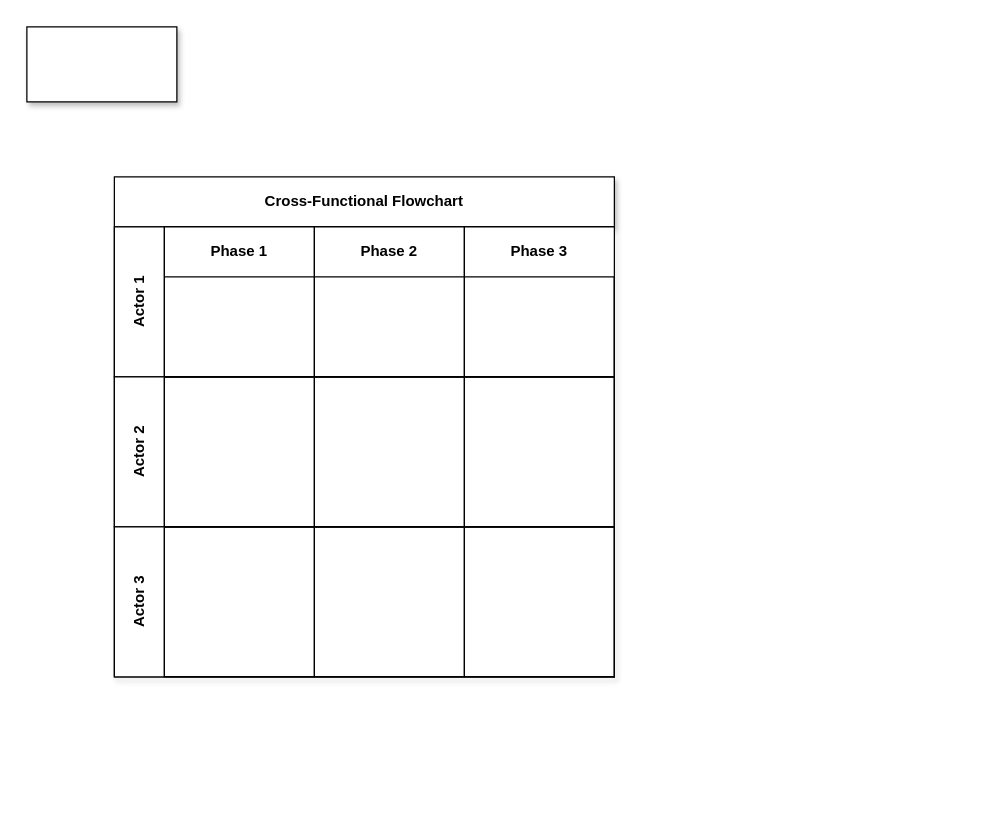
This is Untitled Diagram.drawio from paulohorita/model, a draw.io file, before an edit. Source tidied: cells renumbered, new cells numbered last; positions are measured from the earlier drawing's top-left corner, leaving out a move shared by most shapes. Both pictures are drawn from the tidied source at 125%, with x=0, y=0 at pixel (26, 26).
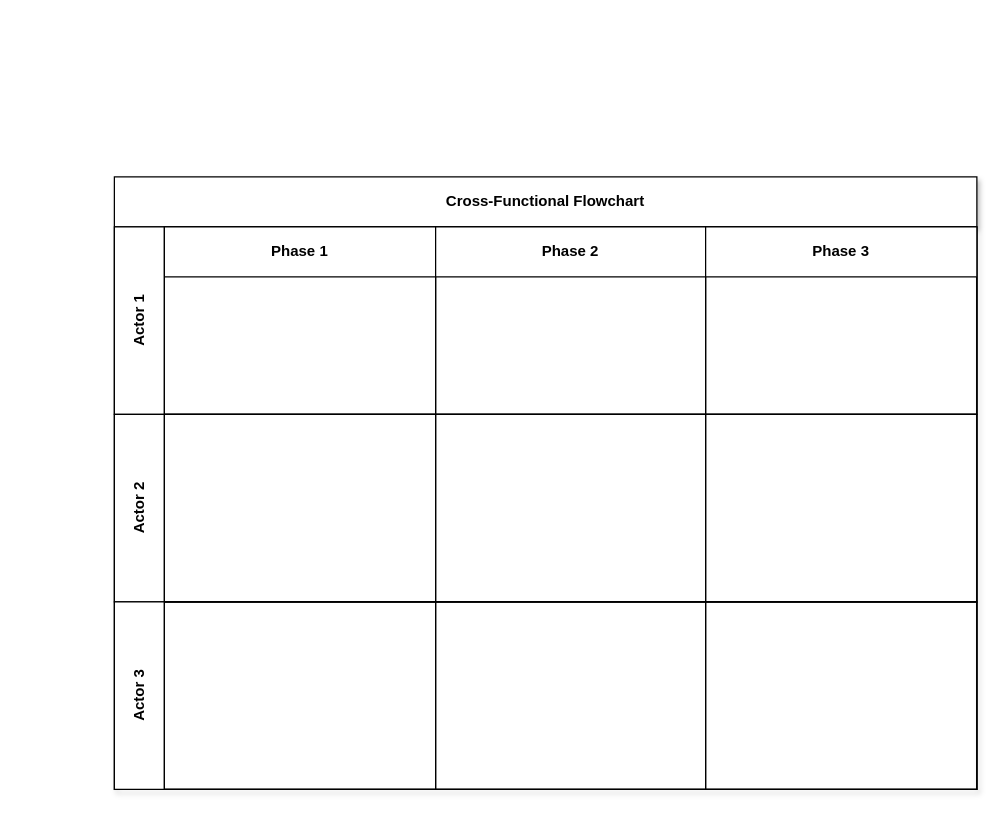
The same page after the edit.

The edit, as a diff of the source:
```diff
@@
 <mxGraphModel>
   <root>
     <mxCell id="0" />
     <mxCell id="1" parent="0" />
-    <mxCell id="2" style="rounded=0;whiteSpace=wrap;html=1;shadow=1;" parent="1" vertex="1">
-      <mxGeometry width="120" height="60" as="geometry" />
-    </mxCell>
     <mxCell id="3" value="Cross-Functional Flowchart" style="shape=table;childLayout=tableLayout;rowLines=0;columnLines=0;startSize=40;html=1;whiteSpace=wrap;fontStyle=1;align=center;shadow=1;" parent="1" vertex="1">
-      <mxGeometry x="70" y="120" width="400" height="400" as="geometry" />
+      <mxGeometry x="70" y="120" width="690" height="490" as="geometry" />
     </mxCell>
     <mxCell id="4" value="Actor 1" style="swimlane;horizontal=0;startSize=40;html=1;whiteSpace=wrap;fontStyle=1;" parent="3" vertex="1">
-      <mxGeometry y="40" width="400" height="120" as="geometry" />
+      <mxGeometry y="40" width="690" height="150" as="geometry" />
     </mxCell>
     <mxCell id="5" value="Phase 1" style="swimlane;startSize=40;html=1;whiteSpace=wrap;" parent="4" vertex="1">
-      <mxGeometry x="40" width="120" height="120" as="geometry" />
+      <mxGeometry x="40" width="217" height="150" as="geometry" />
     </mxCell>
     <mxCell id="6" value="Phase 2" style="swimlane;startSize=40;html=1;whiteSpace=wrap;" parent="4" vertex="1">
-      <mxGeometry x="160" width="120" height="120" as="geometry" />
+      <mxGeometry x="257" width="216" height="150" as="geometry" />
     </mxCell>
     <mxCell id="7" value="Phase 3" style="swimlane;startSize=40;html=1;whiteSpace=wrap;" parent="4" vertex="1">
-      <mxGeometry x="280" width="120" height="120" as="geometry" />
+      <mxGeometry x="473" width="217" height="150" as="geometry" />
     </mxCell>
     <mxCell id="8" value="Actor 2" style="swimlane;horizontal=0;startSize=40;html=1;whiteSpace=wrap;" parent="3" vertex="1">
-      <mxGeometry y="160" width="400" height="120" as="geometry" />
+      <mxGeometry y="190" width="690" height="150" as="geometry" />
     </mxCell>
     <mxCell id="9" style="swimlane;startSize=0;html=1;whiteSpace=wrap;" parent="8" vertex="1">
-      <mxGeometry x="40" width="120" height="120" as="geometry" />
+      <mxGeometry x="40" width="217" height="150" as="geometry" />
     </mxCell>
     <mxCell id="10" style="swimlane;startSize=0;html=1;whiteSpace=wrap;" parent="8" vertex="1">
-      <mxGeometry x="160" width="120" height="120" as="geometry" />
+      <mxGeometry x="257" width="216" height="150" as="geometry" />
     </mxCell>
     <mxCell id="11" style="swimlane;startSize=0;html=1;whiteSpace=wrap;" parent="8" vertex="1">
-      <mxGeometry x="280" width="120" height="120" as="geometry" />
+      <mxGeometry x="473" width="217" height="150" as="geometry" />
     </mxCell>
     <mxCell id="12" value="Actor 3" style="swimlane;horizontal=0;startSize=40;html=1;whiteSpace=wrap;" parent="3" vertex="1">
-      <mxGeometry y="280" width="400" height="120" as="geometry" />
+      <mxGeometry y="340" width="690" height="150" as="geometry" />
     </mxCell>
     <mxCell id="13" style="swimlane;startSize=0;html=1;whiteSpace=wrap;" parent="12" vertex="1">
-      <mxGeometry x="40" width="120" height="120" as="geometry" />
+      <mxGeometry x="40" width="217" height="150" as="geometry" />
     </mxCell>
     <mxCell id="14" style="swimlane;startSize=0;html=1;whiteSpace=wrap;" parent="12" vertex="1">
-      <mxGeometry x="160" width="120" height="120" as="geometry" />
+      <mxGeometry x="257" width="216" height="150" as="geometry" />
     </mxCell>
     <mxCell id="15" style="swimlane;startSize=0;html=1;whiteSpace=wrap;" parent="12" vertex="1">
-      <mxGeometry x="280" width="120" height="120" as="geometry" />
+      <mxGeometry x="473" width="217" height="150" as="geometry" />
     </mxCell>
   </root>
 </mxGraphModel>
```
